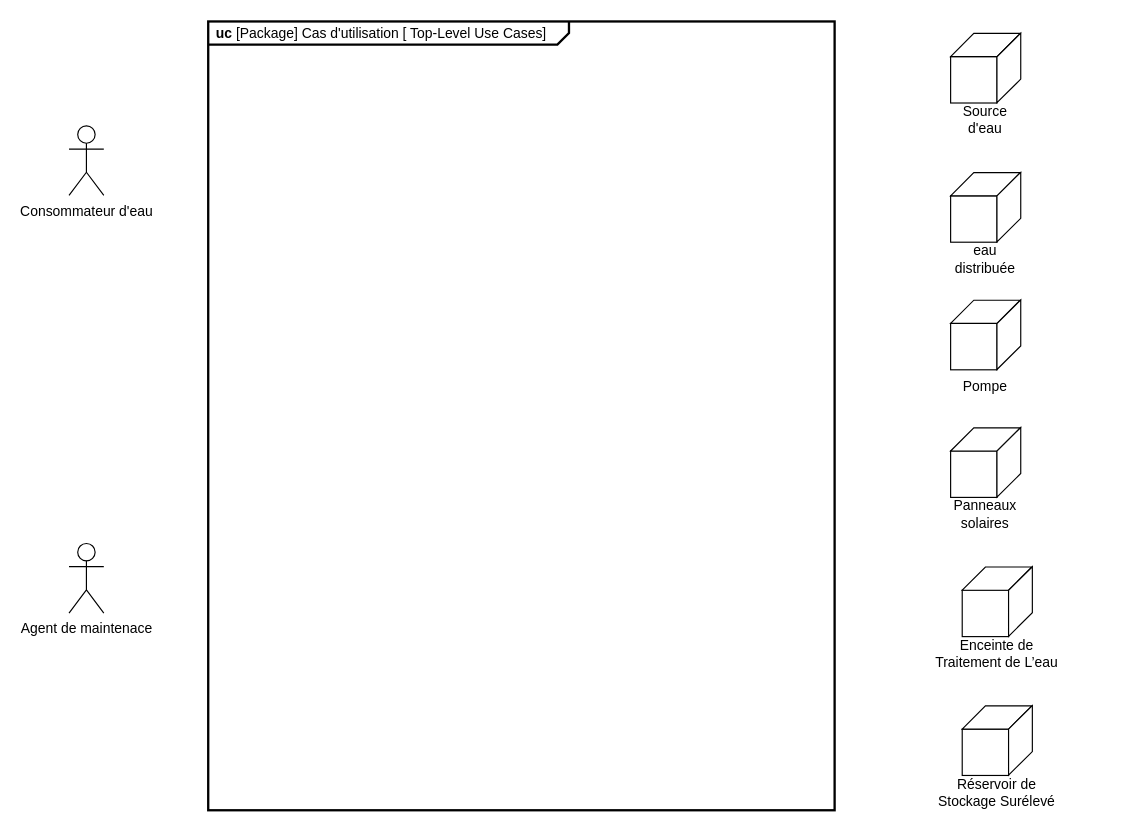
The draw.io diagram SysML/Cas_utilisation.drawio in acolard/syst-me-d-adduction-d-eau, before the edit. Source tidied: cells renumbered, new cells numbered last; positions are measured from the earlier drawing's top-left corner, leaving out a move shared by most shapes. Both pictures are drawn from the tidied source at 116%, with x=0, y=0 at pixel (68, 21).
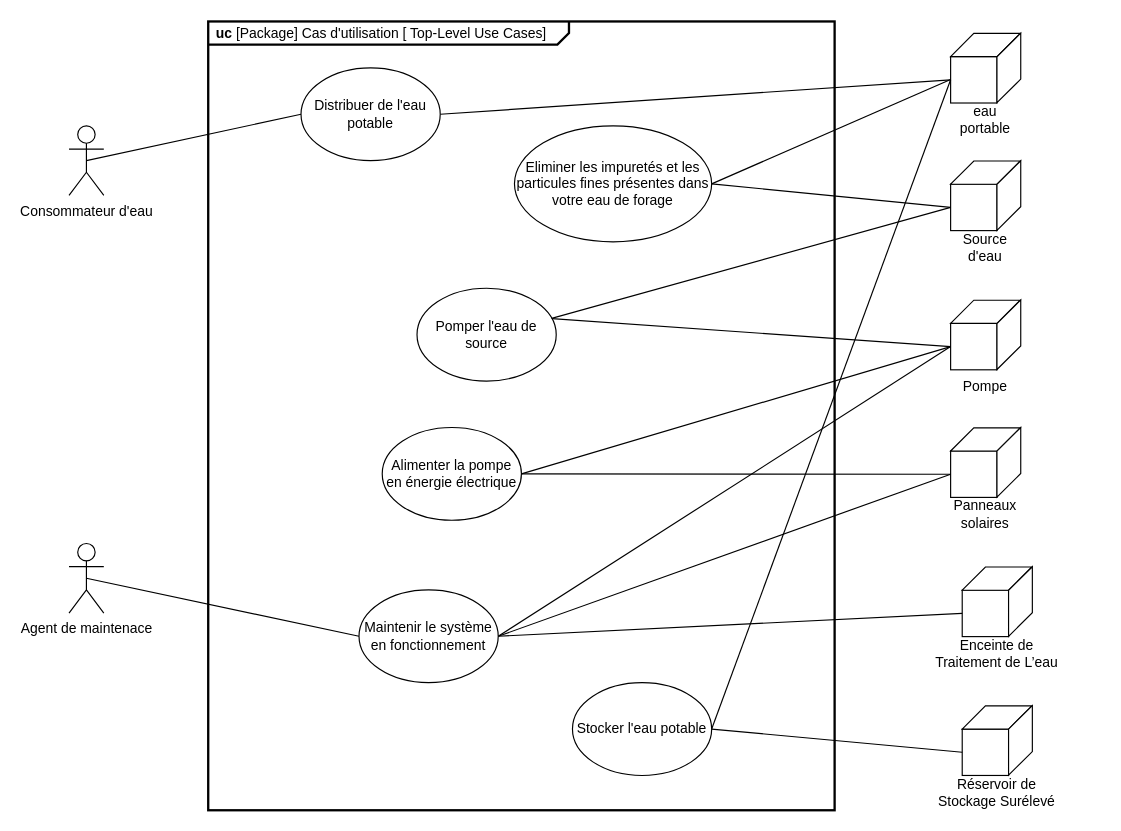
The same page after the edit.

Commit message:
Mettre à jour Cas_utilisation.drawio

Unchanged cells that the change refers to:
```xml
<mxCell id="3" value="Consommateur d'eau" style="shape=umlActor;html=1;verticalLabelPosition=bottom;verticalAlign=top;align=center;" parent="1" vertex="1">
  <mxGeometry y="90" width="30" height="60" as="geometry" />
</mxCell>
<mxCell id="4" value="Agent de maintenace" style="shape=umlActor;html=1;verticalLabelPosition=bottom;verticalAlign=top;align=center;" parent="1" vertex="1">
  <mxGeometry y="450" width="30" height="60" as="geometry" />
</mxCell>
<mxCell id="6" style="whiteSpace=wrap;html=1;" parent="5" vertex="1">
  <mxGeometry y="20.3" width="40" height="40" as="geometry" />
</mxCell>
<mxCell id="11" style="whiteSpace=wrap;html=1;" parent="10" vertex="1">
  <mxGeometry y="20.3" width="40" height="40" as="geometry" />
</mxCell>
<mxCell id="16" style="whiteSpace=wrap;html=1;" parent="15" vertex="1">
  <mxGeometry y="20.3" width="40" height="40" as="geometry" />
</mxCell>
<mxCell id="21" style="whiteSpace=wrap;html=1;" parent="20" vertex="1">
  <mxGeometry y="20.3" width="40" height="40" as="geometry" />
</mxCell>
<mxCell id="26" style="whiteSpace=wrap;html=1;" parent="25" vertex="1">
  <mxGeometry y="20.3" width="40" height="40" as="geometry" />
</mxCell>
<mxCell id="31" style="whiteSpace=wrap;html=1;" parent="30" vertex="1">
  <mxGeometry y="20.3" width="40" height="40" as="geometry" />
</mxCell>
```

What changed in the source:
```diff
@@
+    <mxCell id="35" style="edgeStyle=none;shape=connector;rounded=0;jettySize=auto;html=1;exitX=0.5;exitY=0.5;exitDx=0;exitDy=0;exitPerimeter=0;entryX=0;entryY=0.5;entryDx=0;entryDy=0;strokeColor=default;align=center;verticalAlign=middle;fontFamily=Helvetica;fontSize=11;fontColor=default;labelBackgroundColor=default;endArrow=none;endFill=0;" parent="1" edge="1" source="4" target="41">
+      <mxGeometry relative="1" as="geometry" />
+    </mxCell>
@@
     <mxCell id="5" style="group;" parent="1" vertex="1">
-      <mxGeometry x="760" y="10" width="60.5" height="90.3" as="geometry" />
+      <mxGeometry x="760" y="120" width="60.5" height="90.3" as="geometry" />
     </mxCell>
@@
     <mxCell id="10" style="group;" parent="1" vertex="1">
-      <mxGeometry x="760" y="130" width="60.5" height="90.3" as="geometry" />
+      <mxGeometry x="760" y="10" width="60.5" height="90.3" as="geometry" />
     </mxCell>
@@
-    <mxCell id="14" value="eau distribuée" style="text;html=1;whiteSpace=wrap;strokeColor=none;fillColor=none;align=center;verticalAlign=middle;rounded=0;" parent="10" vertex="1">
+    <mxCell id="14" value="eau portable" style="text;html=1;whiteSpace=wrap;strokeColor=none;fillColor=none;align=center;verticalAlign=middle;rounded=0;" parent="10" vertex="1">
       <mxGeometry y="60.3" width="60" height="30" as="geometry" />
     </mxCell>
@@
+    <mxCell id="36" style="edgeStyle=none;shape=connector;rounded=0;jettySize=auto;html=1;exitX=1;exitY=0.5;exitDx=0;exitDy=0;entryX=0;entryY=0.5;entryDx=0;entryDy=0;strokeColor=default;align=center;verticalAlign=middle;fontFamily=Helvetica;fontSize=11;fontColor=default;labelBackgroundColor=default;endArrow=none;endFill=0;" parent="1" edge="1" source="37" target="11">
+      <mxGeometry relative="1" as="geometry" />
+    </mxCell>
+    <mxCell id="37" value="Distribuer de l'eau potable" style="ellipse;whiteSpace=wrap;html=1;" parent="1" vertex="1">
+      <mxGeometry x="200" y="40" width="120" height="80" as="geometry" />
+    </mxCell>
+    <mxCell id="38" value="Alimenter la pompe en énergie électrique" style="ellipse;whiteSpace=wrap;html=1;" parent="1" vertex="1">
+      <mxGeometry x="270" y="350" width="120" height="80" as="geometry" />
+    </mxCell>
+    <mxCell id="39" style="edgeStyle=none;shape=connector;rounded=0;jettySize=auto;html=1;exitX=1;exitY=0.5;exitDx=0;exitDy=0;entryX=0;entryY=0.5;entryDx=0;entryDy=0;strokeColor=default;align=center;verticalAlign=middle;fontFamily=Helvetica;fontSize=11;fontColor=default;labelBackgroundColor=default;endArrow=none;endFill=0;" parent="1" edge="1" source="41" target="16">
+      <mxGeometry relative="1" as="geometry" />
+    </mxCell>
+    <mxCell id="40" style="edgeStyle=none;shape=connector;rounded=0;jettySize=auto;html=1;exitX=1;exitY=0.5;exitDx=0;exitDy=0;entryX=0;entryY=0.5;entryDx=0;entryDy=0;strokeColor=default;align=center;verticalAlign=middle;fontFamily=Helvetica;fontSize=11;fontColor=default;labelBackgroundColor=default;endArrow=none;endFill=0;" parent="1" edge="1" source="41" target="31">
+      <mxGeometry relative="1" as="geometry" />
+    </mxCell>
+    <mxCell id="41" value="Maintenir le système en fonctionnement" style="ellipse;whiteSpace=wrap;html=1;" parent="1" vertex="1">
+      <mxGeometry x="250" y="490" width="120" height="80" as="geometry" />
+    </mxCell>
+    <mxCell id="42" style="rounded=0;jettySize=auto;html=1;exitX=0;exitY=0.5;exitDx=0;exitDy=0;entryX=0.5;entryY=0.5;entryDx=0;entryDy=0;entryPerimeter=0;endArrow=none;endFill=0;" parent="1" edge="1" source="37" target="3">
+      <mxGeometry relative="1" as="geometry" />
+    </mxCell>
+    <mxCell id="43" style="edgeStyle=none;shape=connector;rounded=0;jettySize=auto;html=1;exitX=0.97;exitY=0.328;exitDx=0;exitDy=0;entryX=0;entryY=0.5;entryDx=0;entryDy=0;strokeColor=default;align=center;verticalAlign=middle;fontFamily=Helvetica;fontSize=11;fontColor=default;labelBackgroundColor=default;endArrow=none;endFill=0;exitPerimeter=0;" parent="1" edge="1" source="44" target="16">
+      <mxGeometry relative="1" as="geometry" />
+    </mxCell>
+    <mxCell id="44" value="Pomper l'eau de source" style="ellipse;whiteSpace=wrap;html=1;" parent="1" vertex="1">
+      <mxGeometry x="300" y="230" width="120" height="80" as="geometry" />
+    </mxCell>
+    <mxCell id="45" style="edgeStyle=none;shape=connector;rounded=0;jettySize=auto;html=1;exitX=1;exitY=0.5;exitDx=0;exitDy=0;strokeColor=default;align=center;verticalAlign=middle;fontFamily=Helvetica;fontSize=11;fontColor=default;labelBackgroundColor=default;endArrow=none;endFill=0;" parent="1" edge="1" source="46">
+      <mxGeometry relative="1" as="geometry">
+        <mxPoint x="760" y="50" as="targetPoint" />
+      </mxGeometry>
+    </mxCell>
+    <mxCell id="46" value="Eliminer les impuretés et les particules fines présentes dans votre eau de forage" style="ellipse;whiteSpace=wrap;html=1;" parent="1" vertex="1">
+      <mxGeometry x="384" y="90" width="170" height="100" as="geometry" />
+    </mxCell>
+    <mxCell id="47" style="edgeStyle=none;shape=connector;rounded=0;jettySize=auto;html=1;exitX=0;exitY=0.5;exitDx=0;exitDy=0;entryX=0.967;entryY=0.325;entryDx=0;entryDy=0;entryPerimeter=0;strokeColor=default;align=center;verticalAlign=middle;fontFamily=Helvetica;fontSize=11;fontColor=default;labelBackgroundColor=default;endArrow=none;endFill=0;" parent="1" edge="1" source="6" target="44">
+      <mxGeometry relative="1" as="geometry" />
+    </mxCell>
+    <mxCell id="48" style="edgeStyle=none;shape=connector;rounded=0;jettySize=auto;html=1;exitX=0;exitY=0.5;exitDx=0;exitDy=0;entryX=1;entryY=0.5;entryDx=0;entryDy=0;strokeColor=default;align=center;verticalAlign=middle;fontFamily=Helvetica;fontSize=11;fontColor=default;labelBackgroundColor=default;endArrow=none;endFill=0;" parent="1" edge="1" source="31" target="38">
+      <mxGeometry relative="1" as="geometry" />
+    </mxCell>
+    <mxCell id="49" style="edgeStyle=none;shape=connector;rounded=0;jettySize=auto;html=1;exitX=0;exitY=0.5;exitDx=0;exitDy=0;strokeColor=default;align=center;verticalAlign=middle;fontFamily=Helvetica;fontSize=11;fontColor=default;labelBackgroundColor=default;endArrow=none;endFill=0;entryX=1;entryY=0.5;entryDx=0;entryDy=0;" parent="1" edge="1" source="16" target="38">
+      <mxGeometry relative="1" as="geometry" />
+    </mxCell>
+    <mxCell id="50" style="edgeStyle=none;shape=connector;rounded=0;jettySize=auto;html=1;exitX=0;exitY=0.5;exitDx=0;exitDy=0;strokeColor=default;align=center;verticalAlign=middle;fontFamily=Helvetica;fontSize=11;fontColor=default;labelBackgroundColor=default;endArrow=none;endFill=0;entryX=1;entryY=0.5;entryDx=0;entryDy=0;" parent="1" edge="1" source="6" target="46">
+      <mxGeometry relative="1" as="geometry" />
+    </mxCell>
+    <mxCell id="51" style="edgeStyle=none;shape=connector;rounded=0;jettySize=auto;html=1;exitX=0;exitY=0.5;exitDx=0;exitDy=0;entryX=1;entryY=0.5;entryDx=0;entryDy=0;strokeColor=default;align=center;verticalAlign=middle;fontFamily=Helvetica;fontSize=11;fontColor=default;labelBackgroundColor=default;endArrow=none;endFill=0;" parent="1" edge="1" source="21" target="41">
+      <mxGeometry relative="1" as="geometry" />
+    </mxCell>
+    <mxCell id="52" style="edgeStyle=none;shape=connector;rounded=0;jettySize=auto;html=1;exitX=1;exitY=0.5;exitDx=0;exitDy=0;entryX=0;entryY=0.5;entryDx=0;entryDy=0;strokeColor=default;align=center;verticalAlign=middle;fontFamily=Helvetica;fontSize=11;fontColor=default;labelBackgroundColor=default;endArrow=none;endFill=0;" parent="1" edge="1" source="54" target="26">
+      <mxGeometry relative="1" as="geometry" />
+    </mxCell>
+    <mxCell id="53" style="edgeStyle=none;shape=connector;rounded=0;jettySize=auto;html=1;exitX=1;exitY=0.5;exitDx=0;exitDy=0;entryX=0;entryY=0.5;entryDx=0;entryDy=0;strokeColor=default;align=center;verticalAlign=middle;fontFamily=Helvetica;fontSize=11;fontColor=default;labelBackgroundColor=default;endArrow=none;endFill=0;" parent="1" edge="1" source="54" target="11">
+      <mxGeometry relative="1" as="geometry" />
+    </mxCell>
+    <mxCell id="54" value="Stocker l'eau potable" style="ellipse;whiteSpace=wrap;html=1;" parent="1" vertex="1">
+      <mxGeometry x="434" y="570" width="120" height="80" as="geometry" />
+    </mxCell>
```
